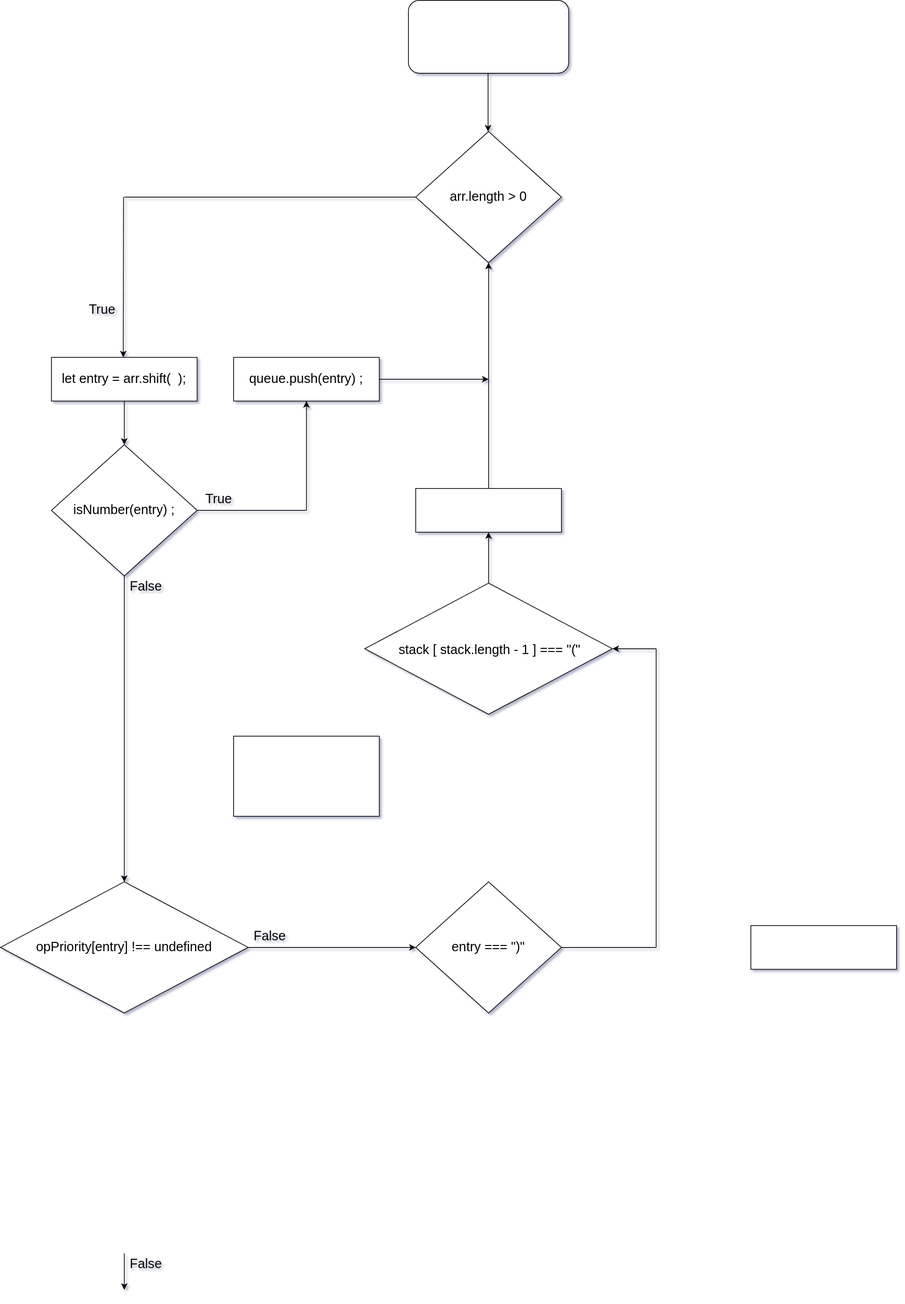
This is Untitled Diagram.drawio.svg from jcgm3205/jcgm3205, a draw.io export, as it was before one commit. Source tidied: cells renumbered, new cells last; positions are measured from the earlier drawing's top-left corner, leaving out a move shared by most shapes.
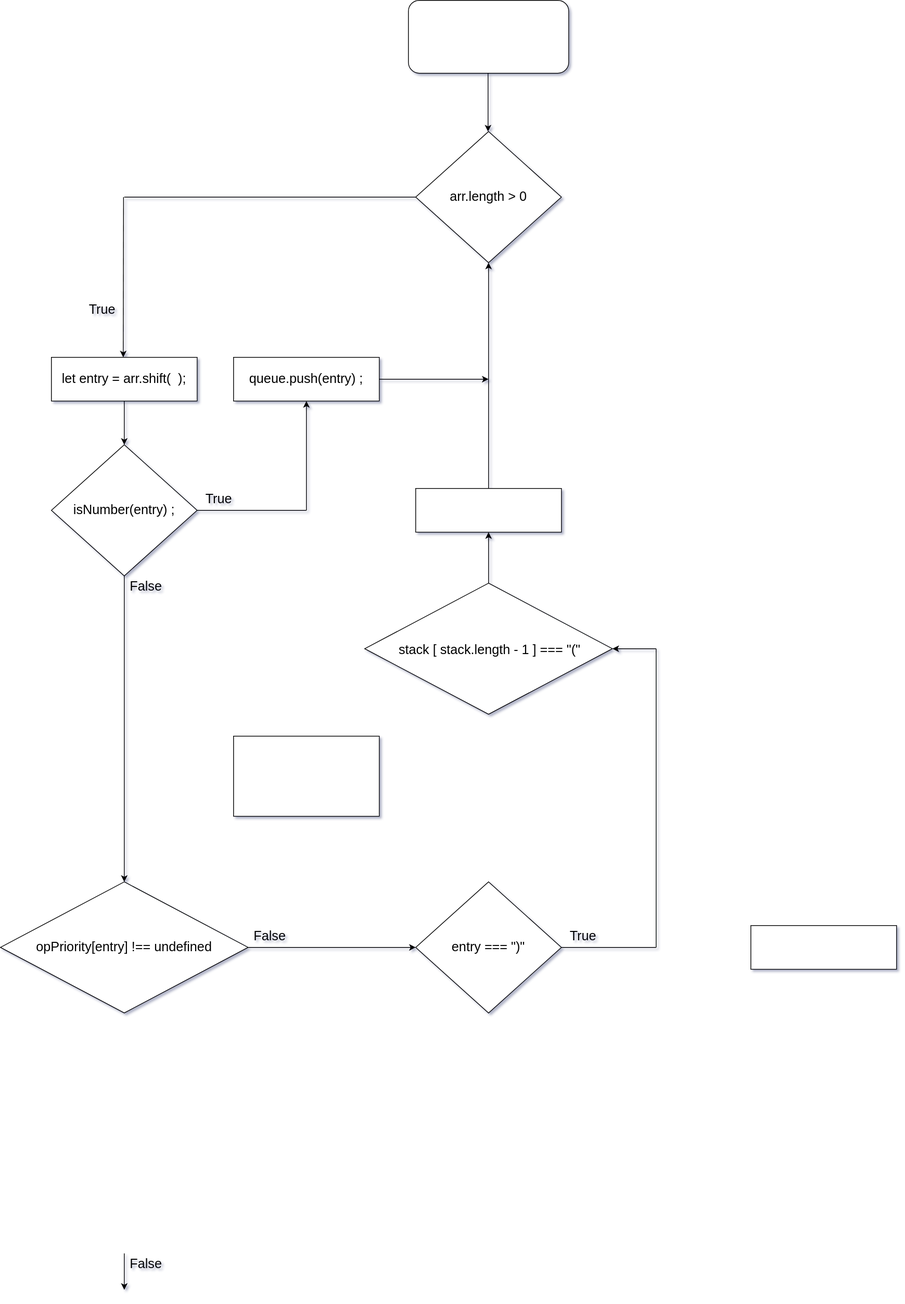
After the commit.

Change to the diagram source:
```diff
@@ -150,5 +150,8 @@
     <mxCell id="39" value="queue.push(entry) ;" style="text;html=1;strokeColor=none;fillColor=none;align=center;verticalAlign=middle;whiteSpace=wrap;rounded=0;fontSize=18;" parent="1" vertex="1">
       <mxGeometry x="320" y="505" width="200" height="30" as="geometry" />
     </mxCell>
+    <mxCell id="40" value="True" style="text;html=1;strokeColor=none;fillColor=none;align=center;verticalAlign=middle;whiteSpace=wrap;rounded=0;fontSize=18;" parent="1" vertex="1">
+      <mxGeometry x="770" y="1270" width="60" height="30" as="geometry" />
+    </mxCell>
   </root>
 </mxGraphModel>
```
